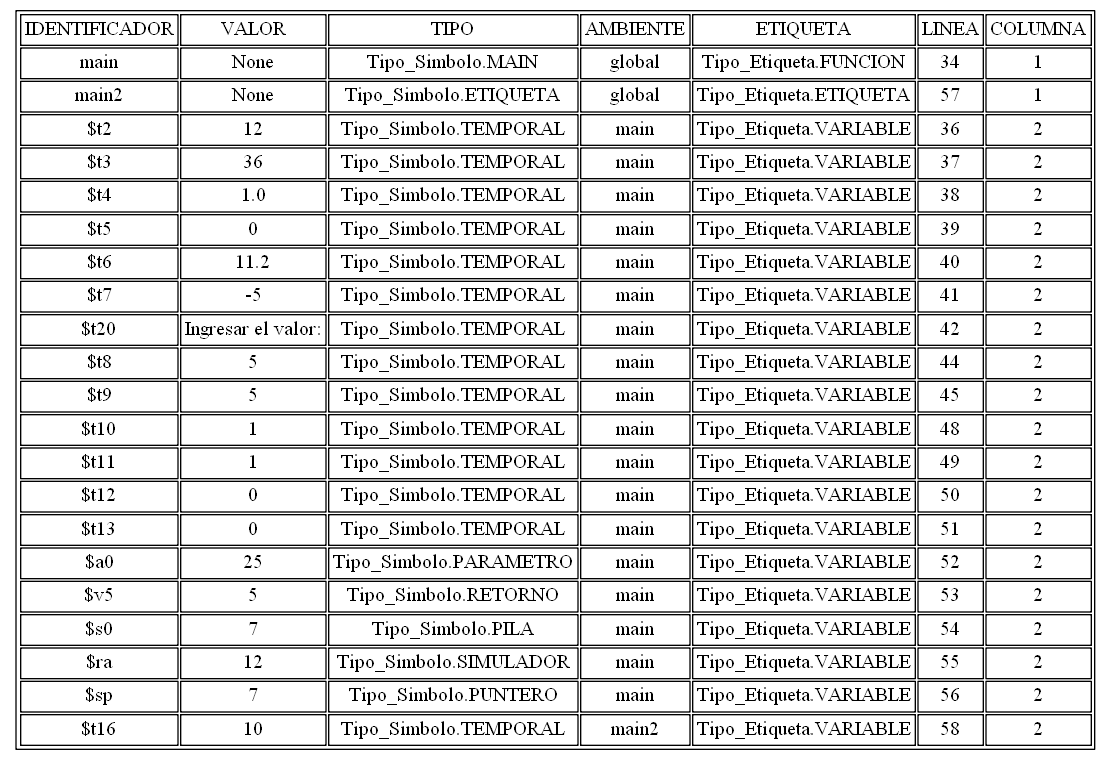
Above: tablasimbolos.png in AndreeAvalos/OLC2-AUGUS (Graphviz), before the change. Its source is kept beside it as tablasimbolos.dot.
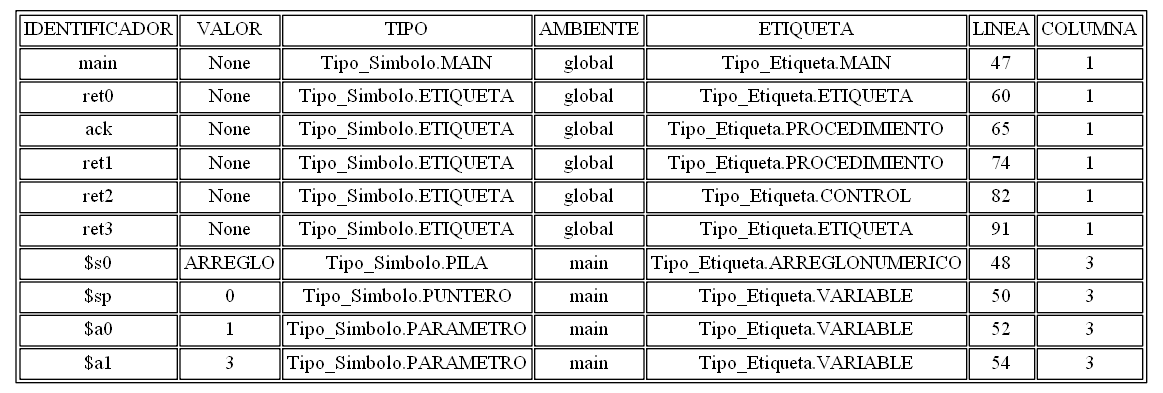
After the commit.

Change to the diagram source:
```diff
@@ -3,27 +3,16 @@
 graph [bb="0,0,352,154"];
 arset [label=<<TABLE ALIGN="LEFT">
 <TR><TD>IDENTIFICADOR</TD><TD>VALOR</TD><TD>TIPO</TD><TD>AMBIENTE</TD><TD>ETIQUETA</TD><TD>LINEA</TD><TD>COLUMNA</TD></TR>
-<TR><TD>main</TD><TD>None</TD><TD>Tipo_Simbolo.MAIN</TD><TD>global</TD><TD>Tipo_Etiqueta.FUNCION</TD><TD>34</TD><TD>1</TD></TR>
-<TR><TD>main2</TD><TD>None</TD><TD>Tipo_Simbolo.ETIQUETA</TD><TD>global</TD><TD>Tipo_Etiqueta.ETIQUETA</TD><TD>57</TD><TD>1</TD></TR>
-<TR><TD>$t2</TD><TD>12</TD><TD>Tipo_Simbolo.TEMPORAL</TD><TD>main</TD><TD>Tipo_Etiqueta.VARIABLE</TD><TD>36</TD><TD>2</TD></TR>
-<TR><TD>$t3</TD><TD>36</TD><TD>Tipo_Simbolo.TEMPORAL</TD><TD>main</TD><TD>Tipo_Etiqueta.VARIABLE</TD><TD>37</TD><TD>2</TD></TR>
-<TR><TD>$t4</TD><TD>1.0</TD><TD>Tipo_Simbolo.TEMPORAL</TD><TD>main</TD><TD>Tipo_Etiqueta.VARIABLE</TD><TD>38</TD><TD>2</TD></TR>
-<TR><TD>$t5</TD><TD>0</TD><TD>Tipo_Simbolo.TEMPORAL</TD><TD>main</TD><TD>Tipo_Etiqueta.VARIABLE</TD><TD>39</TD><TD>2</TD></TR>
-<TR><TD>$t6</TD><TD>11.2</TD><TD>Tipo_Simbolo.TEMPORAL</TD><TD>main</TD><TD>Tipo_Etiqueta.VARIABLE</TD><TD>40</TD><TD>2</TD></TR>
-<TR><TD>$t7</TD><TD>-5</TD><TD>Tipo_Simbolo.TEMPORAL</TD><TD>main</TD><TD>Tipo_Etiqueta.VARIABLE</TD><TD>41</TD><TD>2</TD></TR>
-<TR><TD>$t20</TD><TD>Ingresar el valor:</TD><TD>Tipo_Simbolo.TEMPORAL</TD><TD>main</TD><TD>Tipo_Etiqueta.VARIABLE</TD><TD>42</TD><TD>2</TD></TR>
-<TR><TD>$t8</TD><TD>5</TD><TD>Tipo_Simbolo.TEMPORAL</TD><TD>main</TD><TD>Tipo_Etiqueta.VARIABLE</TD><TD>44</TD><TD>2</TD></TR>
-<TR><TD>$t9</TD><TD>5</TD><TD>Tipo_Simbolo.TEMPORAL</TD><TD>main</TD><TD>Tipo_Etiqueta.VARIABLE</TD><TD>45</TD><TD>2</TD></TR>
-<TR><TD>$t10</TD><TD>1</TD><TD>Tipo_Simbolo.TEMPORAL</TD><TD>main</TD><TD>Tipo_Etiqueta.VARIABLE</TD><TD>48</TD><TD>2</TD></TR>
-<TR><TD>$t11</TD><TD>1</TD><TD>Tipo_Simbolo.TEMPORAL</TD><TD>main</TD><TD>Tipo_Etiqueta.VARIABLE</TD><TD>49</TD><TD>2</TD></TR>
-<TR><TD>$t12</TD><TD>0</TD><TD>Tipo_Simbolo.TEMPORAL</TD><TD>main</TD><TD>Tipo_Etiqueta.VARIABLE</TD><TD>50</TD><TD>2</TD></TR>
-<TR><TD>$t13</TD><TD>0</TD><TD>Tipo_Simbolo.TEMPORAL</TD><TD>main</TD><TD>Tipo_Etiqueta.VARIABLE</TD><TD>51</TD><TD>2</TD></TR>
-<TR><TD>$a0</TD><TD>25</TD><TD>Tipo_Simbolo.PARAMETRO</TD><TD>main</TD><TD>Tipo_Etiqueta.VARIABLE</TD><TD>52</TD><TD>2</TD></TR>
-<TR><TD>$v5</TD><TD>5</TD><TD>Tipo_Simbolo.RETORNO</TD><TD>main</TD><TD>Tipo_Etiqueta.VARIABLE</TD><TD>53</TD><TD>2</TD></TR>
-<TR><TD>$s0</TD><TD>7</TD><TD>Tipo_Simbolo.PILA</TD><TD>main</TD><TD>Tipo_Etiqueta.VARIABLE</TD><TD>54</TD><TD>2</TD></TR>
-<TR><TD>$ra</TD><TD>12</TD><TD>Tipo_Simbolo.SIMULADOR</TD><TD>main</TD><TD>Tipo_Etiqueta.VARIABLE</TD><TD>55</TD><TD>2</TD></TR>
-<TR><TD>$sp</TD><TD>7</TD><TD>Tipo_Simbolo.PUNTERO</TD><TD>main</TD><TD>Tipo_Etiqueta.VARIABLE</TD><TD>56</TD><TD>2</TD></TR>
-<TR><TD>$t16</TD><TD>10</TD><TD>Tipo_Simbolo.TEMPORAL</TD><TD>main2</TD><TD>Tipo_Etiqueta.VARIABLE</TD><TD>58</TD><TD>2</TD></TR>
+<TR><TD>main</TD><TD>None</TD><TD>Tipo_Simbolo.MAIN</TD><TD>global</TD><TD>Tipo_Etiqueta.MAIN</TD><TD>47</TD><TD>1</TD></TR>
+<TR><TD>ret0</TD><TD>None</TD><TD>Tipo_Simbolo.ETIQUETA</TD><TD>global</TD><TD>Tipo_Etiqueta.ETIQUETA</TD><TD>60</TD><TD>1</TD></TR>
+<TR><TD>ack</TD><TD>None</TD><TD>Tipo_Simbolo.ETIQUETA</TD><TD>global</TD><TD>Tipo_Etiqueta.PROCEDIMIENTO</TD><TD>65</TD><TD>1</TD></TR>
+<TR><TD>ret1</TD><TD>None</TD><TD>Tipo_Simbolo.ETIQUETA</TD><TD>global</TD><TD>Tipo_Etiqueta.PROCEDIMIENTO</TD><TD>74</TD><TD>1</TD></TR>
+<TR><TD>ret2</TD><TD>None</TD><TD>Tipo_Simbolo.ETIQUETA</TD><TD>global</TD><TD>Tipo_Etiqueta.CONTROL</TD><TD>82</TD><TD>1</TD></TR>
+<TR><TD>ret3</TD><TD>None</TD><TD>Tipo_Simbolo.ETIQUETA</TD><TD>global</TD><TD>Tipo_Etiqueta.ETIQUETA</TD><TD>91</TD><TD>1</TD></TR>
+<TR><TD>$s0</TD><TD>ARREGLO</TD><TD>Tipo_Simbolo.PILA</TD><TD>main</TD><TD>Tipo_Etiqueta.ARREGLONUMERICO</TD><TD>48</TD><TD>3</TD></TR>
+<TR><TD>$sp</TD><TD>0</TD><TD>Tipo_Simbolo.PUNTERO</TD><TD>main</TD><TD>Tipo_Etiqueta.VARIABLE</TD><TD>50</TD><TD>3</TD></TR>
+<TR><TD>$a0</TD><TD>1</TD><TD>Tipo_Simbolo.PARAMETRO</TD><TD>main</TD><TD>Tipo_Etiqueta.VARIABLE</TD><TD>52</TD><TD>3</TD></TR>
+<TR><TD>$a1</TD><TD>3</TD><TD>Tipo_Simbolo.PARAMETRO</TD><TD>main</TD><TD>Tipo_Etiqueta.VARIABLE</TD><TD>54</TD><TD>3</TD></TR>
 </TABLE>
 >, ];
 }
```
